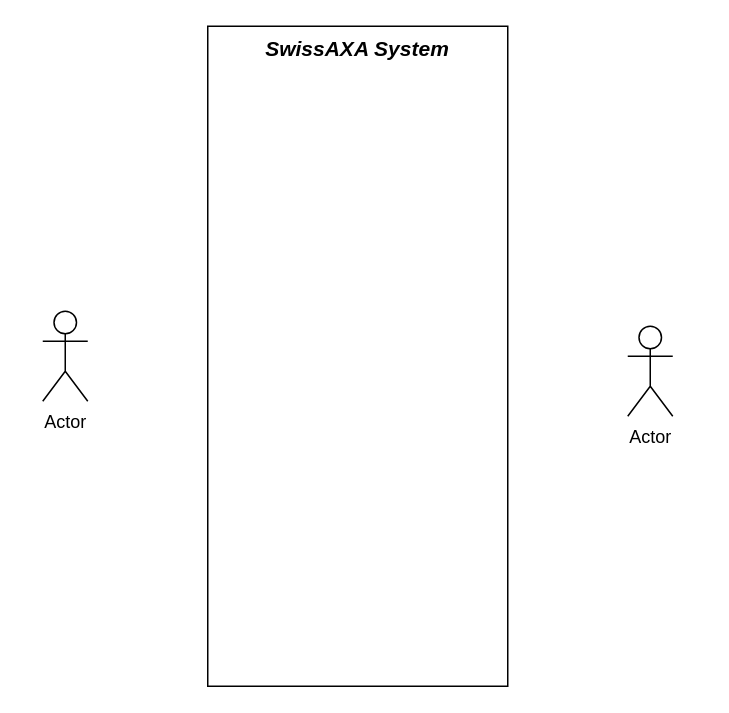
The draw.io diagram Project - Agile Software Engineering Diagram 3.drawio in Matasem-h/SimpleFlowcharts, before the edit. Source tidied: cells renumbered, new cells numbered last; positions are measured from the earlier drawing's top-left corner, leaving out a move shared by most shapes. Both pictures are drawn from the tidied source at 150%, with x=0, y=0 at pixel (42, 26).
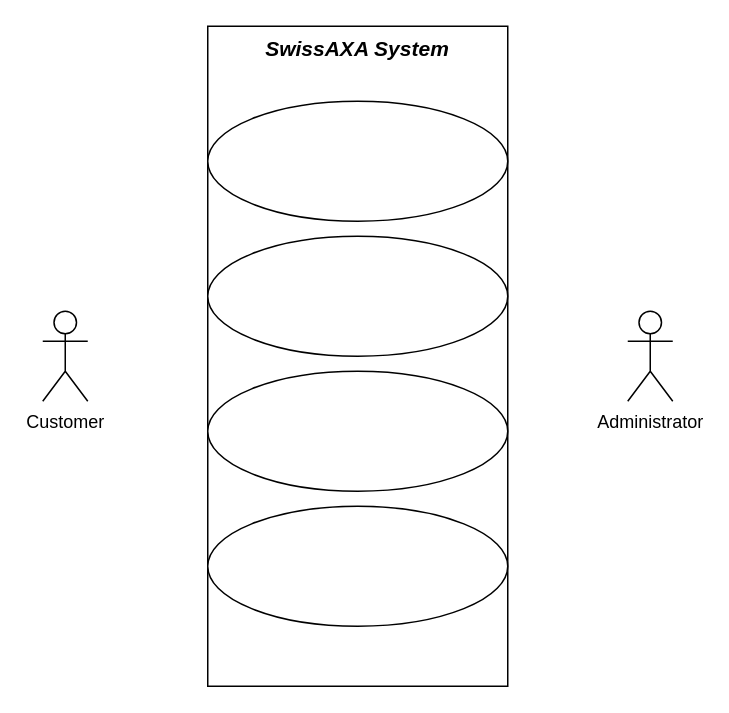
The same page after the edit.

Diff of the diagram source:
```diff
@@
 <mxGraphModel>
   <root>
     <mxCell id="0" />
     <mxCell id="1" parent="0" />
     <mxCell id="2" value="&lt;span&gt;&lt;b&gt;SwissAXA System&lt;/b&gt;&lt;/span&gt;" style="rounded=0;whiteSpace=wrap;html=1;verticalAlign=top;fontSize=14;fontStyle=2;" parent="1" vertex="1">
       <mxGeometry x="110" width="200" height="440" as="geometry" />
     </mxCell>
-    <mxCell id="3" value="Actor" style="shape=umlActor;verticalLabelPosition=bottom;verticalAlign=top;html=1;" parent="1" vertex="1">
+    <mxCell id="3" value="Customer" style="shape=umlActor;verticalLabelPosition=bottom;verticalAlign=top;html=1;" parent="1" vertex="1">
       <mxGeometry y="190" width="30" height="60" as="geometry" />
     </mxCell>
-    <mxCell id="4" value="Actor" style="shape=umlActor;verticalLabelPosition=bottom;verticalAlign=top;html=1;" parent="1" vertex="1">
-      <mxGeometry x="390" y="200" width="30" height="60" as="geometry" />
+    <mxCell id="4" value="Administrator" style="shape=umlActor;verticalLabelPosition=bottom;verticalAlign=top;html=1;" parent="1" vertex="1">
+      <mxGeometry x="390" y="190" width="30" height="60" as="geometry" />
     </mxCell>
+    <mxCell id="5" style="ellipse;whiteSpace=wrap;html=1;" parent="1" vertex="1">
+      <mxGeometry x="110" y="50" width="200" height="80" as="geometry" />
+    </mxCell>
+    <mxCell id="6" style="ellipse;whiteSpace=wrap;html=1;" parent="1" vertex="1">
+      <mxGeometry x="110" y="140" width="200" height="80" as="geometry" />
+    </mxCell>
+    <mxCell id="7" style="ellipse;whiteSpace=wrap;html=1;" parent="1" vertex="1">
+      <mxGeometry x="110" y="230" width="200" height="80" as="geometry" />
+    </mxCell>
+    <mxCell id="8" style="ellipse;whiteSpace=wrap;html=1;" parent="1" vertex="1">
+      <mxGeometry x="110" y="320" width="200" height="80" as="geometry" />
+    </mxCell>
   </root>
 </mxGraphModel>
```
